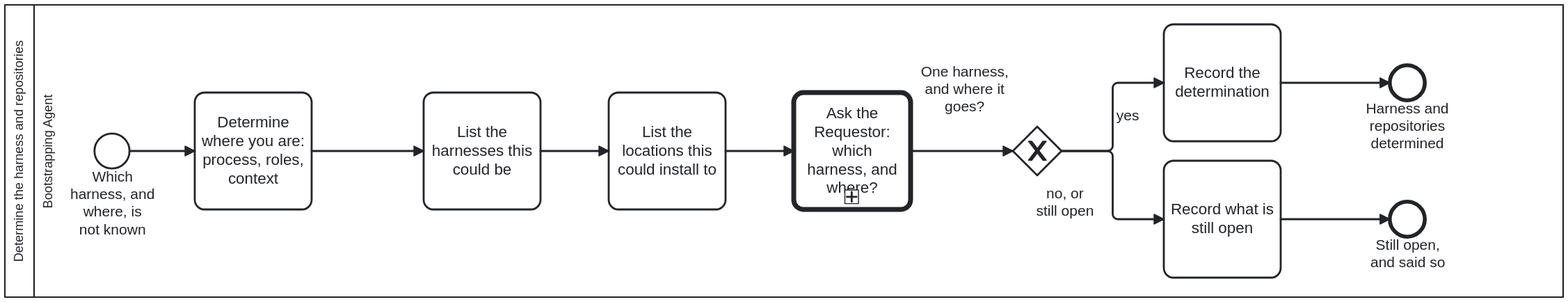
This is processes/discussion.svg from litlfred/bootstrap, a BPMN export, as it was before one commit. Its source is kept beside it as processes/discussion.bpmn. Ids are renumbered.
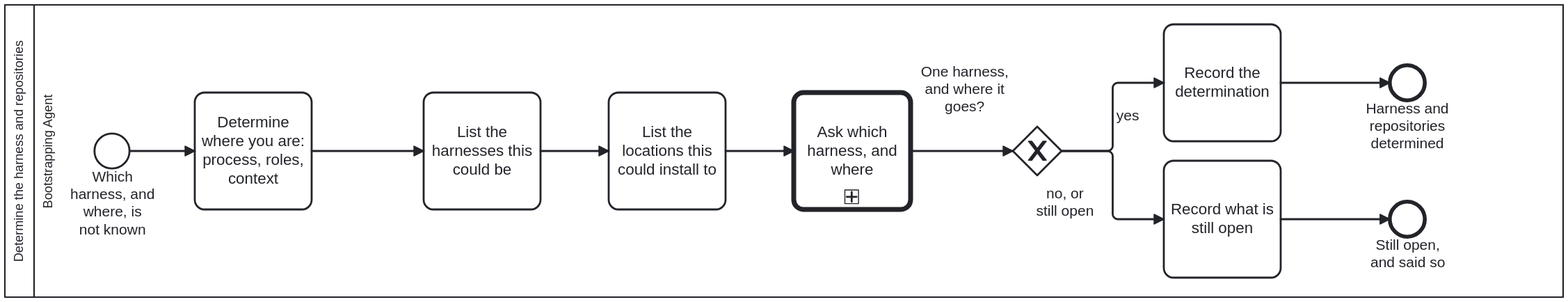
After the change.

Commit message:
BPMN: shorten task names that spill out of the 120x120 box (Q-FIX-3 A)

The edit, as a diff of the source:
```diff
@@ -65,7 +65,7 @@
       <bpmn:extensionElements><bootstrap.processes:skill ref="confirm-harness"/></bpmn:extensionElements>
     </bpmn:task>
 
-    <bpmn:callActivity id="A_AskRequestor" name="Ask the Requestor: which harness, and where?" calledElement="Process_HumanAgentDiscussion">
+    <bpmn:callActivity id="A_AskRequestor" name="Ask which harness, and where" calledElement="Process_HumanAgentDiscussion">
       <bpmn:documentation>The candidates go in as the options; the recommendation may name one; the default is NONE. What A_DetermineWhere established goes in too — the process, the two roles, the context — so the called discussion checks it rather than re-deriving it; and anything it could not establish goes in as undetermined, to be asked first. The Requestor's answer comes back as answered, or the question as still open.</bpmn:documentation>
       <bpmn:extensionElements>
         <bootstrap.processes:skill ref="confirm-harness"/>
```
